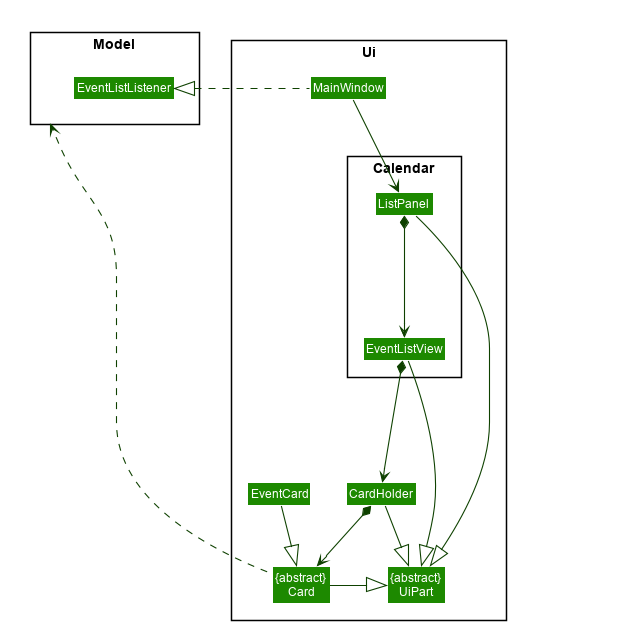
Earlier version of the PlantUML export docs/images/UiListClassDiagram.png (nus-cs2103-AY1920S1/addressbook-level3).
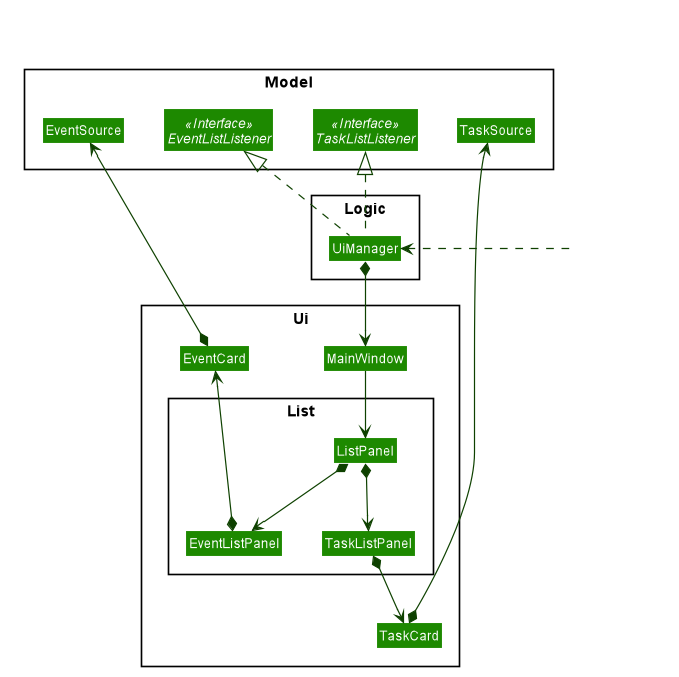
After the commit.

Commit message:
Edited Class Diagrams.

Diff of the diagram source:
```diff
@@ -52,39 +52,49 @@
 skinparam classBackgroundColor #1D8900
 
 package Ui <<Rectangle>> {
-Class "{abstract}\nUiPart" as UiPart
-Class "{abstract}\nCard" as Card
-Class MainWindow
-Class CardHolder
-Class EventCard
-    package Calendar <<Rectangle>> {
+    Class MainWindow
+    Class EventCard
+    Class TaskCard
+    package List <<Rectangle>> {
         Class ListPanel
-        Class EventListView
+        Class EventListPanel
+        Class TaskListPanel
     }
 }
 
+package Logic <<Rectangle>> {
+    Class UiManager
+}
+
 package Model <<Rectangle>> {
-    Class EventListListener
+    Class EventSource
+    Class TaskSource
+    Interface EventListListener <<Interface>>
+    Interface TaskListListener <<Interface>>
 }
 
 Class HiddenOutside #FFFFFF
-MainWindow --> ListPanel
-MainWindow -left..|> EventListListener
+HiddenOutside .left> UiManager
 
-ListPanel -down--|> UiPart
-ListPanel *-down--> EventListView
+UiManager *--> MainWindow
+UiManager .up.|> EventListListener
+UiManager .up.|> TaskListListener
 
-EventListView -down--|> UiPart
-EventListView *-down--> CardHolder
+MainWindow -down-> ListPanel
 
-CardHolder -down|> UiPart
-CardHolder *-down-> Card
+ListPanel *-down-> EventListPanel
+ListPanel *-down-> TaskListPanel
 
-Card -down|> UiPart
-Card -left..> Model
+EventListPanel *-up--> EventCard
 
-EventCard --|> Card
+TaskListPanel *--> TaskCard
 
+EventCard *-up-> EventSource
 
+TaskCard *-up-> TaskSource
+
+EventSource .[hidden]right.|> TaskSource
+EventListPanel .[hidden]down|> TaskListPanel
+TaskCard .[hidden]up|> TaskSource
 
 @enduml
```
